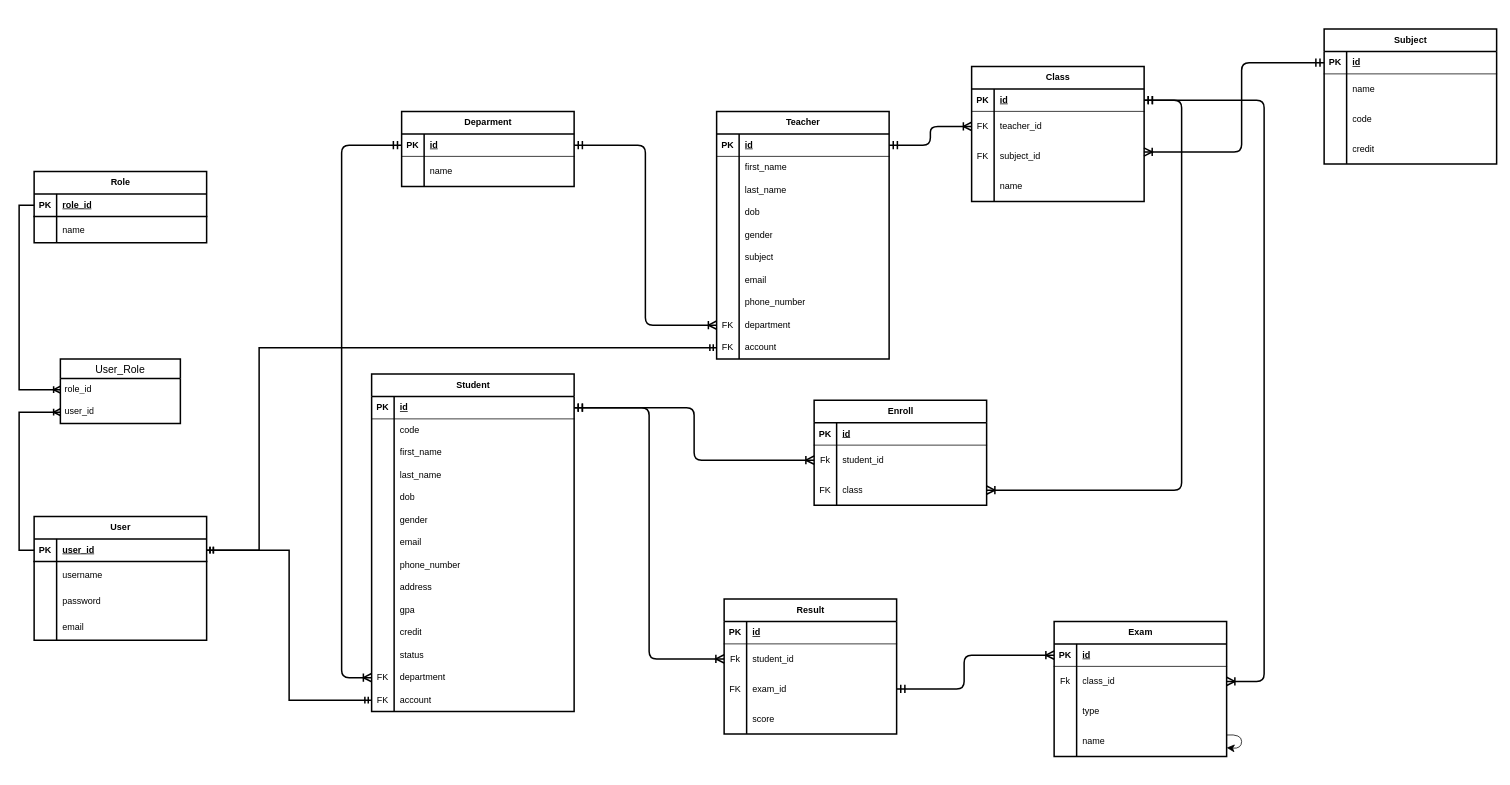
This is Untitled Diagram.drawio from Jason1420/eLearning, a draw.io file, before an edit. Source tidied: cells renumbered, new cells numbered last; positions are measured from the earlier drawing's top-left corner, leaving out a move shared by most shapes. Both pictures are drawn from the tidied source at 75%, with x=0, y=0 at pixel (34, 28).
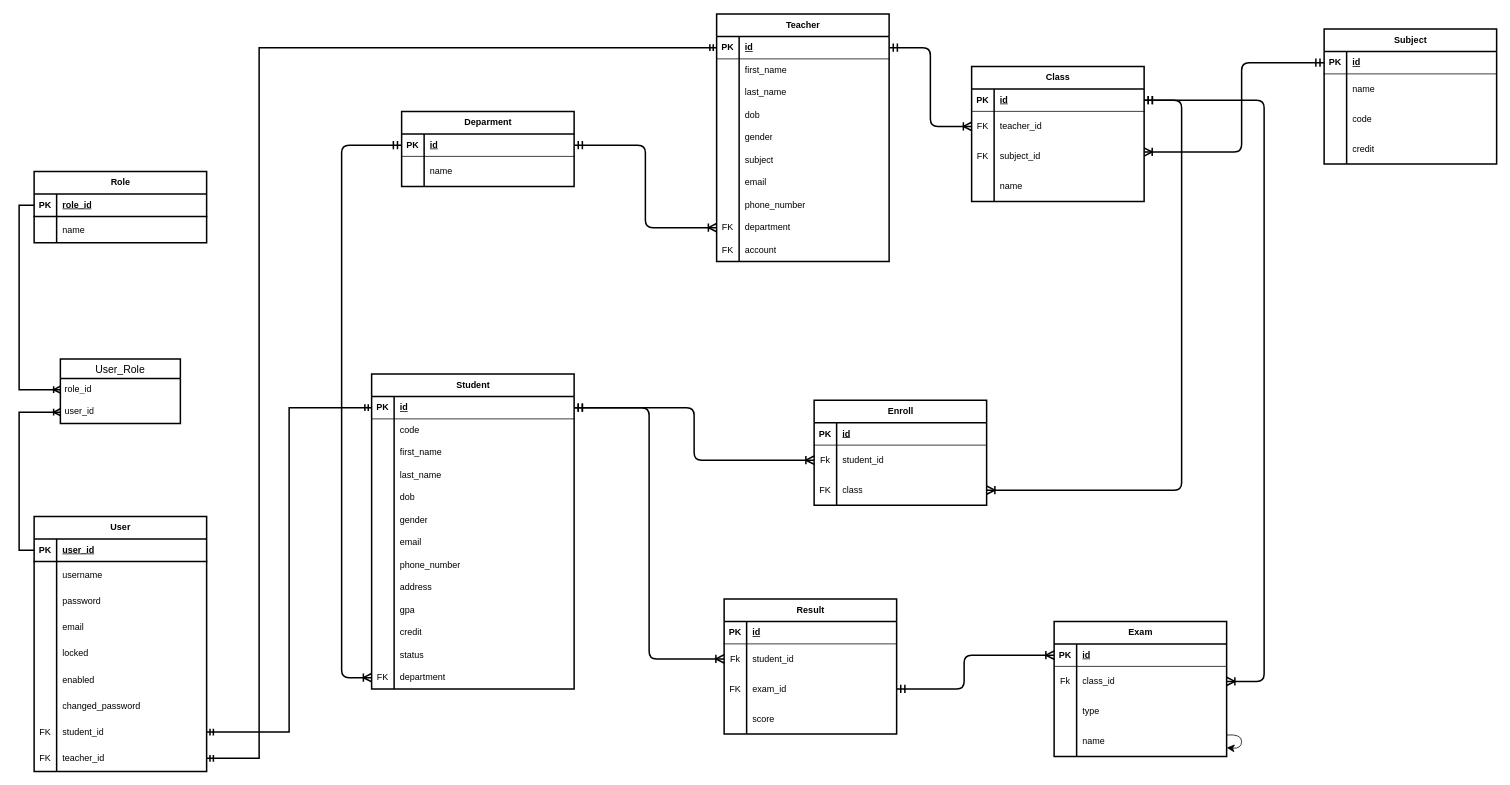
After the change.

The change refers to these unchanged cells:
```xml
<mxCell id="10" style="shape=tableRow;horizontal=0;startSize=0;swimlaneHead=0;swimlaneBody=0;fillColor=none;points=[[0,0.5],[1,0.5]];portConstraint=eastwest;top=0;left=0;right=0;bottom=1;strokeWidth=2;" parent="9" vertex="1">
  <mxGeometry y="30" width="230" height="30" as="geometry" />
</mxCell>
<mxCell id="28" style="shape=tableRow;horizontal=0;startSize=0;swimlaneHead=0;swimlaneBody=0;fillColor=none;points=[[0,0.5],[1,0.5]];portConstraint=eastwest;top=0;left=0;right=0;bottom=1;" parent="27" vertex="1">
  <mxGeometry y="30" width="270" height="30" as="geometry" />
</mxCell>
<mxCell id="71" style="shape=tableRow;horizontal=0;startSize=0;swimlaneHead=0;swimlaneBody=0;fillColor=none;points=[[0,0.5],[1,0.5]];portConstraint=eastwest;top=0;left=0;right=0;bottom=1;" parent="70" vertex="1">
  <mxGeometry y="30" width="230" height="30" as="geometry" />
</mxCell>
<mxCell id="98" style="shape=tableRow;horizontal=0;startSize=0;swimlaneHead=0;swimlaneBody=0;fillColor=none;points=[[0,0.5],[1,0.5]];portConstraint=eastwest;top=0;left=0;right=0;bottom=0;" parent="70" vertex="1">
  <mxGeometry y="300" width="230" height="30" as="geometry" />
</mxCell>
```

What changed in the source:
```diff
@@
     <mxCell id="9" value="User" style="shape=table;startSize=30;childLayout=tableLayout;rowLines=0;fontStyle=1;align=center;html=1;strokeWidth=2;" parent="1" vertex="1">
-      <mxGeometry y="650" width="230" height="165" as="geometry" />
+      <mxGeometry y="650" width="230" height="340" as="geometry" />
     </mxCell>
@@
+    <mxCell id="182" style="shape=tableRow;horizontal=0;startSize=0;swimlaneHead=0;swimlaneBody=0;fillColor=none;top=0;left=0;right=0;bottom=0;strokeWidth=2;" parent="9" vertex="1">
+      <mxGeometry y="165" width="230" height="35" as="geometry" />
+    </mxCell>
+    <mxCell id="183" style="shape=partialRectangle;fillColor=none;top=0;left=0;bottom=0;right=0;overflow=hidden;whiteSpace=wrap;html=1;strokeWidth=2;" parent="182" vertex="1">
+      <mxGeometry width="30" height="35" as="geometry" />
+    </mxCell>
+    <mxCell id="184" value="locked" style="shape=partialRectangle;fillColor=none;top=0;left=0;bottom=0;right=0;align=left;spacingLeft=6;overflow=hidden;whiteSpace=wrap;html=1;strokeWidth=2;" parent="182" vertex="1">
+      <mxGeometry x="30" width="200" height="35" as="geometry" />
+    </mxCell>
+    <mxCell id="185" style="shape=tableRow;horizontal=0;startSize=0;swimlaneHead=0;swimlaneBody=0;fillColor=none;top=0;left=0;right=0;bottom=0;strokeWidth=2;" parent="9" vertex="1">
+      <mxGeometry y="200" width="230" height="35" as="geometry" />
+    </mxCell>
+    <mxCell id="186" style="shape=partialRectangle;fillColor=none;top=0;left=0;bottom=0;right=0;overflow=hidden;whiteSpace=wrap;html=1;strokeWidth=2;" parent="185" vertex="1">
+      <mxGeometry width="30" height="35" as="geometry" />
+    </mxCell>
+    <mxCell id="187" value="enabled" style="shape=partialRectangle;fillColor=none;top=0;left=0;bottom=0;right=0;align=left;spacingLeft=6;overflow=hidden;whiteSpace=wrap;html=1;strokeWidth=2;" parent="185" vertex="1">
+      <mxGeometry x="30" width="200" height="35" as="geometry" />
+    </mxCell>
+    <mxCell id="188" style="shape=tableRow;horizontal=0;startSize=0;swimlaneHead=0;swimlaneBody=0;fillColor=none;top=0;left=0;right=0;bottom=0;strokeWidth=2;" parent="9" vertex="1">
+      <mxGeometry y="235" width="230" height="35" as="geometry" />
+    </mxCell>
+    <mxCell id="189" style="shape=partialRectangle;fillColor=none;top=0;left=0;bottom=0;right=0;overflow=hidden;whiteSpace=wrap;html=1;strokeWidth=2;" parent="188" vertex="1">
+      <mxGeometry width="30" height="35" as="geometry" />
+    </mxCell>
+    <mxCell id="190" value="changed_password" style="shape=partialRectangle;fillColor=none;top=0;left=0;bottom=0;right=0;align=left;spacingLeft=6;overflow=hidden;whiteSpace=wrap;html=1;strokeWidth=2;" parent="188" vertex="1">
+      <mxGeometry x="30" width="200" height="35" as="geometry" />
+    </mxCell>
+    <mxCell id="191" style="shape=tableRow;horizontal=0;startSize=0;swimlaneHead=0;swimlaneBody=0;fillColor=none;points=[[0,0.5],[1,0.5]];portConstraint=eastwest;top=0;left=0;right=0;bottom=0;strokeWidth=2;" parent="9" vertex="1">
+      <mxGeometry y="270" width="230" height="35" as="geometry" />
+    </mxCell>
+    <mxCell id="192" value="FK" style="shape=partialRectangle;fillColor=none;top=0;left=0;bottom=0;right=0;overflow=hidden;whiteSpace=wrap;html=1;strokeWidth=2;" parent="191" vertex="1">
+      <mxGeometry width="30" height="35" as="geometry" />
+    </mxCell>
+    <mxCell id="193" value="student_id" style="shape=partialRectangle;fillColor=none;top=0;left=0;bottom=0;right=0;align=left;spacingLeft=6;overflow=hidden;whiteSpace=wrap;html=1;strokeWidth=2;" parent="191" vertex="1">
+      <mxGeometry x="30" width="200" height="35" as="geometry" />
+    </mxCell>
+    <mxCell id="194" style="shape=tableRow;horizontal=0;startSize=0;swimlaneHead=0;swimlaneBody=0;fillColor=none;points=[[0,0.5],[1,0.5]];portConstraint=eastwest;top=0;left=0;right=0;bottom=0;strokeWidth=2;" parent="9" vertex="1">
+      <mxGeometry y="305" width="230" height="35" as="geometry" />
+    </mxCell>
+    <mxCell id="195" value="FK" style="shape=partialRectangle;fillColor=none;top=0;left=0;bottom=0;right=0;overflow=hidden;whiteSpace=wrap;html=1;strokeWidth=2;" parent="194" vertex="1">
+      <mxGeometry width="30" height="35" as="geometry" />
+    </mxCell>
+    <mxCell id="196" value="teacher_id" style="shape=partialRectangle;fillColor=none;top=0;left=0;bottom=0;right=0;align=left;spacingLeft=6;overflow=hidden;whiteSpace=wrap;html=1;strokeWidth=2;" parent="194" vertex="1">
+      <mxGeometry x="30" width="200" height="35" as="geometry" />
+    </mxCell>
@@
     <mxCell id="27" value="Student" style="shape=table;startSize=30;childLayout=tableLayout;rowLines=0;fontStyle=1;align=center;html=1;strokeWidth=2;" parent="1" vertex="1">
-      <mxGeometry x="450" y="460" width="270" height="450" as="geometry" />
+      <mxGeometry x="450" y="460" width="270" height="420" as="geometry" />
     </mxCell>
@@
-    <mxCell id="67" style="shape=tableRow;horizontal=0;startSize=0;swimlaneHead=0;swimlaneBody=0;fillColor=none;points=[[0,0.5],[1,0.5]];portConstraint=eastwest;top=0;left=0;right=0;bottom=0;" parent="27" vertex="1">
-      <mxGeometry y="420" width="270" height="30" as="geometry" />
-    </mxCell>
-    <mxCell id="68" value="FK" style="shape=partialRectangle;fillColor=none;top=0;left=0;bottom=0;right=0;overflow=hidden;whiteSpace=wrap;html=1;" parent="67" vertex="1">
-      <mxGeometry width="30" height="30" as="geometry" />
-    </mxCell>
-    <mxCell id="69" value="account" style="shape=partialRectangle;fillColor=none;top=0;left=0;bottom=0;right=0;align=left;spacingLeft=6;overflow=hidden;whiteSpace=wrap;html=1;" parent="67" vertex="1">
-      <mxGeometry x="30" width="240" height="30" as="geometry" />
-    </mxCell>
     <mxCell id="70" value="Teacher" style="shape=table;startSize=30;childLayout=tableLayout;rowLines=0;fontStyle=1;align=center;html=1;strokeWidth=2;" parent="1" vertex="1">
-      <mxGeometry x="910" y="110" width="230" height="330" as="geometry" />
+      <mxGeometry x="910" y="-20" width="230" height="330" as="geometry" />
     </mxCell>
@@
-    <mxCell id="180" style="edgeStyle=elbowEdgeStyle;rounded=0;jettySize=auto;html=1;endArrow=ERmandOne;endFill=0;exitX=0;exitY=0.5;exitDx=0;exitDy=0;entryX=1;entryY=0.5;entryDx=0;entryDy=0;strokeWidth=2;startArrow=ERmandOne;startFill=0;" parent="1" edge="1" source="67" target="10">
+    <mxCell id="180" style="edgeStyle=elbowEdgeStyle;rounded=0;jettySize=auto;html=1;endArrow=ERmandOne;endFill=0;exitX=0;exitY=0.5;exitDx=0;exitDy=0;entryX=1;entryY=0.5;entryDx=0;entryDy=0;strokeWidth=2;startArrow=ERmandOne;startFill=0;" parent="1" edge="1" source="28" target="191">
       <mxGeometry relative="1" as="geometry" />
     </mxCell>
-    <mxCell id="181" style="edgeStyle=elbowEdgeStyle;rounded=0;jettySize=auto;html=1;endArrow=ERmandOne;endFill=0;exitX=0;exitY=0.5;exitDx=0;exitDy=0;entryX=1;entryY=0.5;entryDx=0;entryDy=0;strokeWidth=2;startArrow=ERmandOne;startFill=0;" parent="1" edge="1" source="98" target="10">
+    <mxCell id="181" style="edgeStyle=elbowEdgeStyle;rounded=0;jettySize=auto;html=1;endArrow=ERmandOne;endFill=0;exitX=0;exitY=0.5;exitDx=0;exitDy=0;entryX=1;entryY=0.5;entryDx=0;entryDy=0;strokeWidth=2;startArrow=ERmandOne;startFill=0;" parent="1" edge="1" source="71" target="194">
       <mxGeometry relative="1" as="geometry">
         <Array as="points">
           <mxPoint x="300" y="520" />
         </Array>
       </mxGeometry>
     </mxCell>
```
